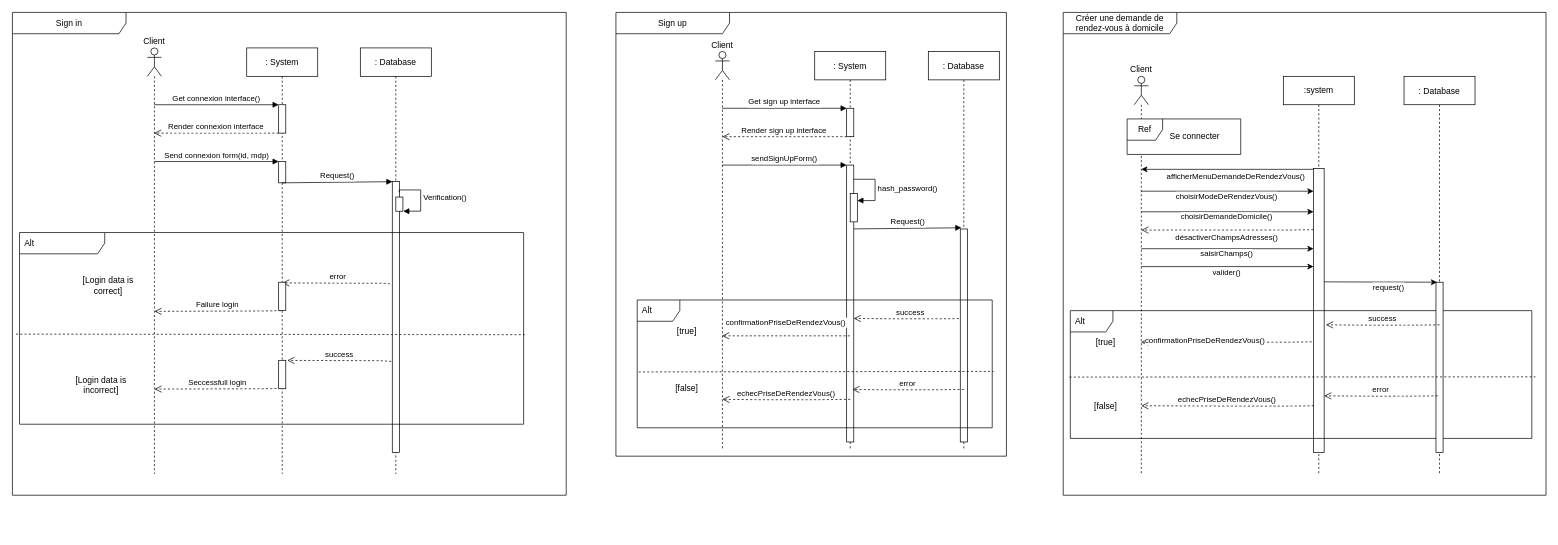
Earlier version of the draw.io diagram page "Diagramme de séquence" (3 of 4) of .docs/diagrams/uml/all_diagram.drawio (MeymounB/Care). Source tidied: cells renumbered, new cells numbered last; positions are measured from the earlier drawing's top-left corner, leaving out a move shared by most shapes. Both pictures are drawn from the tidied source at 71%, with x=0, y=0 at pixel (12, 12).
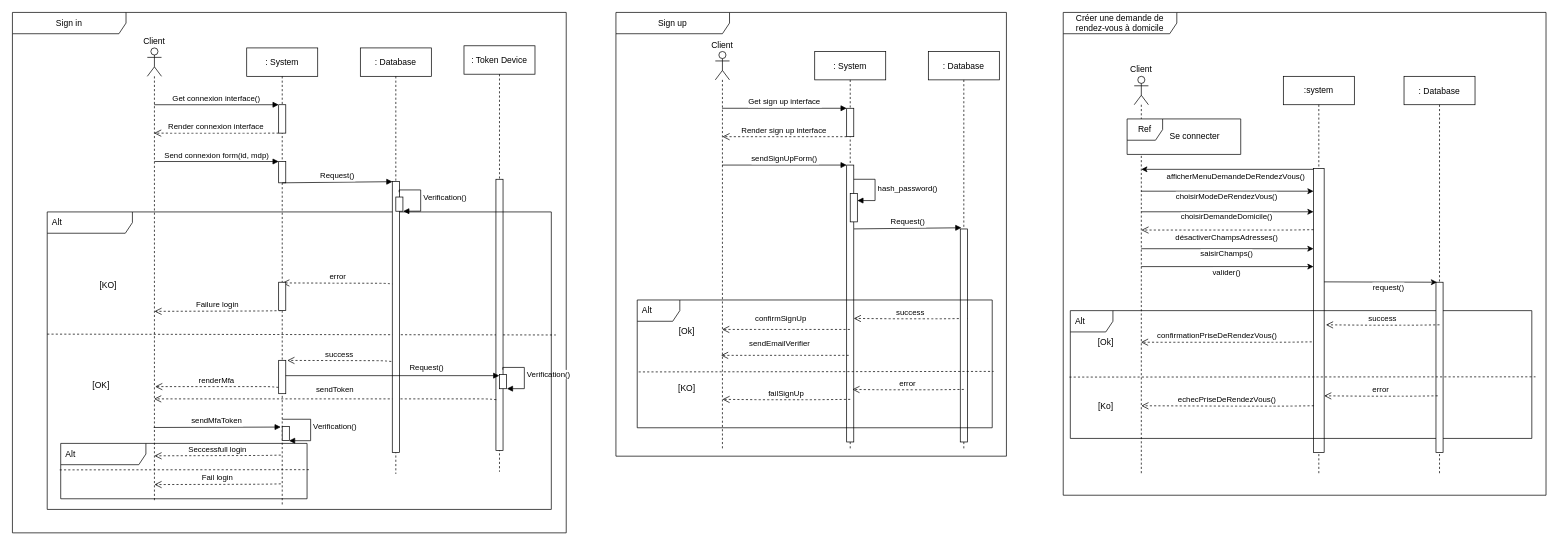
After the change.

The change refers to these unchanged cells:
```xml
<mxCell id="18" value=": Database" style="shape=umlLifeline;perimeter=lifelinePerimeter;rounded=0;shadow=0;strokeWidth=1;" parent="1" vertex="1">
  <mxGeometry x="490" y="50" width="100" height="600" as="geometry" />
</mxCell>
<mxCell id="26" value=": System" style="shape=umlLifeline;perimeter=lifelinePerimeter;rounded=0;shadow=0;strokeWidth=1;" parent="1" vertex="1">
  <mxGeometry x="1130" y="55" width="100" height="560" as="geometry" />
</mxCell>
<mxCell id="33" value="Client" style="shape=umlLifeline;participant=umlActor;perimeter=lifelinePerimeter;whiteSpace=wrap;html=1;verticalAlign=bottom;spacingTop=36;outlineConnect=0;labelPosition=center;verticalLabelPosition=top;align=center;" parent="1" vertex="1">
  <mxGeometry x="990" y="55" width="20" height="560" as="geometry" />
</mxCell>
<mxCell id="39" value="Créer une demande de rendez-vous à domicile" style="shape=umlFrame;whiteSpace=wrap;html=1;width=160;swimlaneFillColor=default;" parent="1" vertex="1">
  <mxGeometry x="1480" width="680" height="680" as="geometry" />
</mxCell>
```

Change to the diagram source:
```diff
@@
     <mxCell id="2" value="Sign in" style="shape=umlFrame;whiteSpace=wrap;html=1;width=160;swimlaneFillColor=default;gradientColor=none;fillColor=default;" parent="1" vertex="1">
-      <mxGeometry width="780" height="680" as="geometry" />
+      <mxGeometry width="780" height="733" as="geometry" />
     </mxCell>
-    <mxCell id="3" value="[Login data is incorrect]" style="text;html=1;strokeColor=none;fillColor=none;align=center;verticalAlign=middle;whiteSpace=wrap;rounded=0;" parent="2" vertex="1">
+    <mxCell id="3" value="[OK]" style="text;html=1;strokeColor=none;fillColor=none;align=center;verticalAlign=middle;whiteSpace=wrap;rounded=0;" parent="2" vertex="1">
       <mxGeometry x="70" y="510" width="110" height="30" as="geometry" />
     </mxCell>
-    <mxCell id="4" value="[Login data is correct]" style="text;html=1;strokeColor=none;fillColor=none;align=center;verticalAlign=middle;whiteSpace=wrap;rounded=0;" parent="2" vertex="1">
+    <mxCell id="4" value="[KO]" style="text;html=1;strokeColor=none;fillColor=none;align=center;verticalAlign=middle;whiteSpace=wrap;rounded=0;" parent="2" vertex="1">
       <mxGeometry x="80" y="370" width="110" height="30" as="geometry" />
     </mxCell>
     <mxCell id="5" value="Seccessfull login" style="verticalAlign=bottom;endArrow=open;dashed=1;endSize=8;shadow=0;strokeWidth=1;exitX=-0.2;exitY=0.79;exitDx=0;exitDy=0;exitPerimeter=0;" parent="2" edge="1">
       <mxGeometry relative="1" as="geometry">
-        <mxPoint x="378" y="529.5" as="sourcePoint" />
-        <mxPoint x="200" y="530.5" as="targetPoint" />
+        <mxPoint x="378" y="623.5" as="sourcePoint" />
+        <mxPoint x="200" y="624.5" as="targetPoint" />
         <Array as="points">
-          <mxPoint x="355" y="530" />
+          <mxPoint x="355" y="624" />
         </Array>
       </mxGeometry>
     </mxCell>
@@
+    <mxCell id="23" style="endArrow=none;dashed=1;html=1;rounded=0;entryX=1.002;entryY=0.533;entryDx=0;entryDy=0;entryPerimeter=0;exitX=-0.007;exitY=0.53;exitDx=0;exitDy=0;exitPerimeter=0;" parent="2" edge="1">
+      <mxGeometry relative="1" as="geometry">
+        <mxPoint x="49" y="453.1" as="sourcePoint" />
+        <mxPoint x="765.4" y="454.3" as="targetPoint" />
+      </mxGeometry>
+    </mxCell>
+    <mxCell id="75" value="renderMfa" style="verticalAlign=bottom;endArrow=open;dashed=1;endSize=8;shadow=0;strokeWidth=1;exitX=-0.04;exitY=0.626;exitDx=0;exitDy=0;exitPerimeter=0;" parent="2" edge="1">
+      <mxGeometry relative="1" as="geometry">
+        <mxPoint x="374.7" y="528.1" as="sourcePoint" />
+        <mxPoint x="201" y="527" as="targetPoint" />
+        <Array as="points">
+          <mxPoint x="362.1" y="527" />
+        </Array>
+      </mxGeometry>
+    </mxCell>
+    <mxCell id="76" value="sendMfaToken" style="verticalAlign=bottom;endArrow=block;entryX=0.489;entryY=0.849;shadow=0;strokeWidth=1;entryDx=0;entryDy=0;entryPerimeter=0;" parent="2" edge="1">
+      <mxGeometry relative="1" as="geometry">
+        <mxPoint x="199" y="584.6" as="sourcePoint" />
+        <mxPoint x="377.9" y="584" as="targetPoint" />
+      </mxGeometry>
+    </mxCell>
+    <mxCell id="77" value=": Token Device" style="shape=umlLifeline;perimeter=lifelinePerimeter;rounded=0;shadow=0;strokeWidth=1;" parent="2" vertex="1">
+      <mxGeometry x="636" y="47" width="100" height="600" as="geometry" />
+    </mxCell>
+    <mxCell id="78" style="perimeter=orthogonalPerimeter;rounded=0;shadow=0;strokeWidth=1;" parent="77" vertex="1">
+      <mxGeometry x="45" y="188" width="10" height="382" as="geometry" />
+    </mxCell>
+    <mxCell id="79" style="html=1;points=[];perimeter=orthogonalPerimeter;" parent="77" vertex="1">
+      <mxGeometry x="50" y="463" width="10" height="20" as="geometry" />
+    </mxCell>
+    <mxCell id="80" value="Verification()" style="edgeStyle=orthogonalEdgeStyle;html=1;align=left;spacingLeft=2;endArrow=block;rounded=0;entryX=1.041;entryY=0.997;exitX=0.967;exitY=0.04;exitDx=0;exitDy=0;exitPerimeter=0;entryDx=0;entryDy=0;entryPerimeter=0;" parent="77" edge="1" target="79">
+      <mxGeometry relative="1" as="geometry">
+        <mxPoint x="54.7" y="456.3" as="sourcePoint" />
+        <Array as="points">
+          <mxPoint x="55" y="453" />
+          <mxPoint x="85" y="453" />
+          <mxPoint x="85" y="483" />
+        </Array>
+      </mxGeometry>
+    </mxCell>
+    <mxCell id="81" value="sendToken" style="verticalAlign=bottom;endArrow=open;dashed=1;endSize=8;shadow=0;strokeWidth=1;exitX=-0.04;exitY=0.626;exitDx=0;exitDy=0;exitPerimeter=0;" parent="2" edge="1" target="15">
+      <mxGeometry x="-0.06" y="-4" relative="1" as="geometry">
+        <mxPoint x="681.5" y="545.4" as="sourcePoint" />
+        <Array as="points">
+          <mxPoint x="668.9" y="544.3" />
+        </Array>
+      </mxGeometry>
+    </mxCell>
+    <mxCell id="22" value="Alt" style="shape=umlFrame;whiteSpace=wrap;html=1;width=120;height=30;boundedLbl=1;verticalAlign=middle;align=left;spacingLeft=5;" parent="2" vertex="1">
+      <mxGeometry x="49" y="281" width="710" height="419" as="geometry" />
+    </mxCell>
+    <mxCell id="82" value="Alt" style="shape=umlFrame;whiteSpace=wrap;html=1;width=120;height=30;boundedLbl=1;verticalAlign=middle;align=left;spacingLeft=5;" parent="2" vertex="1">
+      <mxGeometry x="68" y="607" width="347" height="78" as="geometry" />
+    </mxCell>
+    <mxCell id="83" style="endArrow=none;dashed=1;html=1;rounded=0;exitX=-0.004;exitY=0.593;exitDx=0;exitDy=0;exitPerimeter=0;" parent="2" edge="1">
+      <mxGeometry relative="1" as="geometry">
+        <mxPoint x="66.6" y="644.3" as="sourcePoint" />
+        <mxPoint x="418" y="644" as="targetPoint" />
+      </mxGeometry>
+    </mxCell>
     <mxCell id="8" value=": System" style="shape=umlLifeline;perimeter=lifelinePerimeter;rounded=0;shadow=0;strokeWidth=1;" parent="1" vertex="1">
-      <mxGeometry x="330" y="50" width="100" height="600" as="geometry" />
+      <mxGeometry x="330" y="50" width="100" height="644" as="geometry" />
     </mxCell>
@@
     <mxCell id="12" style="points=[];perimeter=orthogonalPerimeter;rounded=0;shadow=0;strokeWidth=1;" parent="8" vertex="1">
-      <mxGeometry x="45" y="440" width="10" height="40" as="geometry" />
+      <mxGeometry x="45" y="440" width="10" height="47" as="geometry" />
     </mxCell>
@@
+    <mxCell id="84" style="html=1;points=[];perimeter=orthogonalPerimeter;" parent="8" vertex="1">
+      <mxGeometry x="50" y="533" width="10" height="20" as="geometry" />
+    </mxCell>
+    <mxCell id="85" value="Verification()" style="edgeStyle=orthogonalEdgeStyle;html=1;align=left;spacingLeft=2;endArrow=block;rounded=0;entryX=0.956;entryY=1.01;entryDx=0;entryDy=0;entryPerimeter=0;" parent="8" edge="1" target="84">
+      <mxGeometry relative="1" as="geometry">
+        <mxPoint x="50" y="523" as="sourcePoint" />
+        <Array as="points">
+          <mxPoint x="50" y="523" />
+          <mxPoint x="90" y="523" />
+          <mxPoint x="90" y="553" />
+        </Array>
+      </mxGeometry>
+    </mxCell>
+    <mxCell id="86" value="Fail login" style="verticalAlign=bottom;endArrow=open;dashed=1;endSize=8;shadow=0;strokeWidth=1;exitX=-0.2;exitY=0.79;exitDx=0;exitDy=0;exitPerimeter=0;" parent="8" edge="1">
+      <mxGeometry relative="1" as="geometry">
+        <mxPoint x="48" y="614" as="sourcePoint" />
+        <mxPoint x="-130" y="615" as="targetPoint" />
+        <Array as="points">
+          <mxPoint x="25" y="614.5" />
+        </Array>
+      </mxGeometry>
+    </mxCell>
@@
     <mxCell id="15" value="Client" style="shape=umlLifeline;participant=umlActor;perimeter=lifelinePerimeter;whiteSpace=wrap;html=1;verticalAlign=bottom;spacingTop=36;outlineConnect=0;labelPosition=center;verticalLabelPosition=top;align=center;" parent="1" vertex="1">
-      <mxGeometry x="190" y="50" width="20" height="600" as="geometry" />
+      <mxGeometry x="190" y="50" width="20" height="637" as="geometry" />
     </mxCell>
@@
-    <mxCell id="22" value="Alt" style="shape=umlFrame;whiteSpace=wrap;html=1;width=120;height=30;boundedLbl=1;verticalAlign=middle;align=left;spacingLeft=5;" parent="18" vertex="1">
-      <mxGeometry x="-480" y="260" width="710" height="270" as="geometry" />
-    </mxCell>
-    <mxCell id="23" style="endArrow=none;dashed=1;html=1;rounded=0;entryX=1.002;entryY=0.533;entryDx=0;entryDy=0;entryPerimeter=0;exitX=-0.007;exitY=0.53;exitDx=0;exitDy=0;exitPerimeter=0;" parent="18" edge="1" source="22" target="22">
-      <mxGeometry relative="1" as="geometry" />
-    </mxCell>
+    <mxCell id="87" value="Request()" style="verticalAlign=bottom;endArrow=block;shadow=0;strokeWidth=1;entryX=-0.025;entryY=0.079;entryDx=0;entryDy=0;entryPerimeter=0;" parent="18" edge="1" target="79">
+      <mxGeometry x="0.32" y="3" relative="1" as="geometry">
+        <mxPoint x="-105.2" y="461.6" as="sourcePoint" />
+      </mxGeometry>
+    </mxCell>
@@
-    <mxCell id="56" value="[true]" style="text;html=1;strokeColor=none;fillColor=none;align=center;verticalAlign=middle;whiteSpace=wrap;rounded=0;" parent="39" vertex="1">
+    <mxCell id="56" value="[Ok]" style="text;html=1;strokeColor=none;fillColor=none;align=center;verticalAlign=middle;whiteSpace=wrap;rounded=0;" parent="39" vertex="1">
       <mxGeometry x="30" y="450" width="60" height="30" as="geometry" />
     </mxCell>
-    <mxCell id="57" value="[false]" style="text;html=1;strokeColor=none;fillColor=none;align=center;verticalAlign=middle;whiteSpace=wrap;rounded=0;" parent="39" vertex="1">
+    <mxCell id="57" value="[Ko]" style="text;html=1;strokeColor=none;fillColor=none;align=center;verticalAlign=middle;whiteSpace=wrap;rounded=0;" parent="39" vertex="1">
       <mxGeometry x="30" y="540" width="60" height="30" as="geometry" />
     </mxCell>
     <mxCell id="58" value="confirmationPriseDeRendezVous()" style="verticalAlign=bottom;endArrow=open;dashed=1;endSize=8;shadow=0;strokeWidth=1;" parent="39" edge="1">
-      <mxGeometry x="0.25" y="6" relative="1" as="geometry">
+      <mxGeometry x="0.11" relative="1" as="geometry">
         <mxPoint x="350" y="464" as="sourcePoint" />
         <mxPoint x="109.5" y="464.5" as="targetPoint" />
         <Array as="points">
           <mxPoint x="317" y="464.5" />
           <mxPoint x="297" y="464.5" />
           <mxPoint x="247" y="464.5" />
         </Array>
       </mxGeometry>
     </mxCell>
@@
-    <mxCell id="69" value="confirmationPriseDeRendezVous()" style="verticalAlign=bottom;endArrow=open;dashed=1;endSize=8;shadow=0;strokeWidth=1;" parent="1" edge="1" source="26" target="33">
-      <mxGeometry y="-10" relative="1" as="geometry">
+    <mxCell id="69" value="confirmSignUp" style="verticalAlign=bottom;endArrow=open;dashed=1;endSize=8;shadow=0;strokeWidth=1;" parent="1" edge="1">
+      <mxGeometry x="0.08" y="-7" relative="1" as="geometry">
+        <mxPoint x="1179.5" y="446.5" as="sourcePoint" />
+        <mxPoint x="999.6" y="446.5" as="targetPoint" />
         <Array as="points">
-          <mxPoint x="1127" y="455.5" />
-          <mxPoint x="1107" y="455.5" />
-          <mxPoint x="1057" y="455.5" />
+          <mxPoint x="1127" y="446.5" />
+          <mxPoint x="1107" y="446.5" />
+          <mxPoint x="1057" y="446.5" />
         </Array>
       </mxGeometry>
     </mxCell>
-    <mxCell id="70" value="echecPriseDeRendezVous()" style="verticalAlign=bottom;endArrow=open;dashed=1;endSize=8;shadow=0;strokeWidth=1;" parent="1" edge="1">
+    <mxCell id="70" value="failSignUp" style="verticalAlign=bottom;endArrow=open;dashed=1;endSize=8;shadow=0;strokeWidth=1;" parent="1" edge="1">
       <mxGeometry relative="1" as="geometry">
         <mxPoint x="1180" y="545" as="sourcePoint" />
         <mxPoint x="1000" y="545" as="targetPoint" />
         <Array as="points">
           <mxPoint x="1127" y="545.5" />
           <mxPoint x="1107" y="545.5" />
           <mxPoint x="1057" y="545.5" />
         </Array>
       </mxGeometry>
     </mxCell>
@@
-    <mxCell id="73" value="[false]" style="text;html=1;strokeColor=none;fillColor=none;align=center;verticalAlign=middle;whiteSpace=wrap;rounded=0;" parent="1" vertex="1">
+    <mxCell id="73" value="[KO]" style="text;html=1;strokeColor=none;fillColor=none;align=center;verticalAlign=middle;whiteSpace=wrap;rounded=0;" parent="1" vertex="1">
       <mxGeometry x="920" y="515" width="60" height="30" as="geometry" />
     </mxCell>
-    <mxCell id="74" value="[true]" style="text;html=1;strokeColor=none;fillColor=none;align=center;verticalAlign=middle;whiteSpace=wrap;rounded=0;" parent="1" vertex="1">
+    <mxCell id="74" value="[Ok]" style="text;html=1;strokeColor=none;fillColor=none;align=center;verticalAlign=middle;whiteSpace=wrap;rounded=0;" parent="1" vertex="1">
       <mxGeometry x="920" y="435" width="60" height="30" as="geometry" />
     </mxCell>
+    <mxCell id="88" value="sendEmailVerifier" style="verticalAlign=bottom;endArrow=open;dashed=1;endSize=8;shadow=0;strokeWidth=1;" parent="1" edge="1">
+      <mxGeometry x="0.08" y="-7" relative="1" as="geometry">
+        <mxPoint x="1177.9" y="483" as="sourcePoint" />
+        <mxPoint x="998" y="483" as="targetPoint" />
+        <Array as="points">
+          <mxPoint x="1125.4" y="483" />
+          <mxPoint x="1105.4" y="483" />
+          <mxPoint x="1055.4" y="483" />
+        </Array>
+      </mxGeometry>
+    </mxCell>
```
